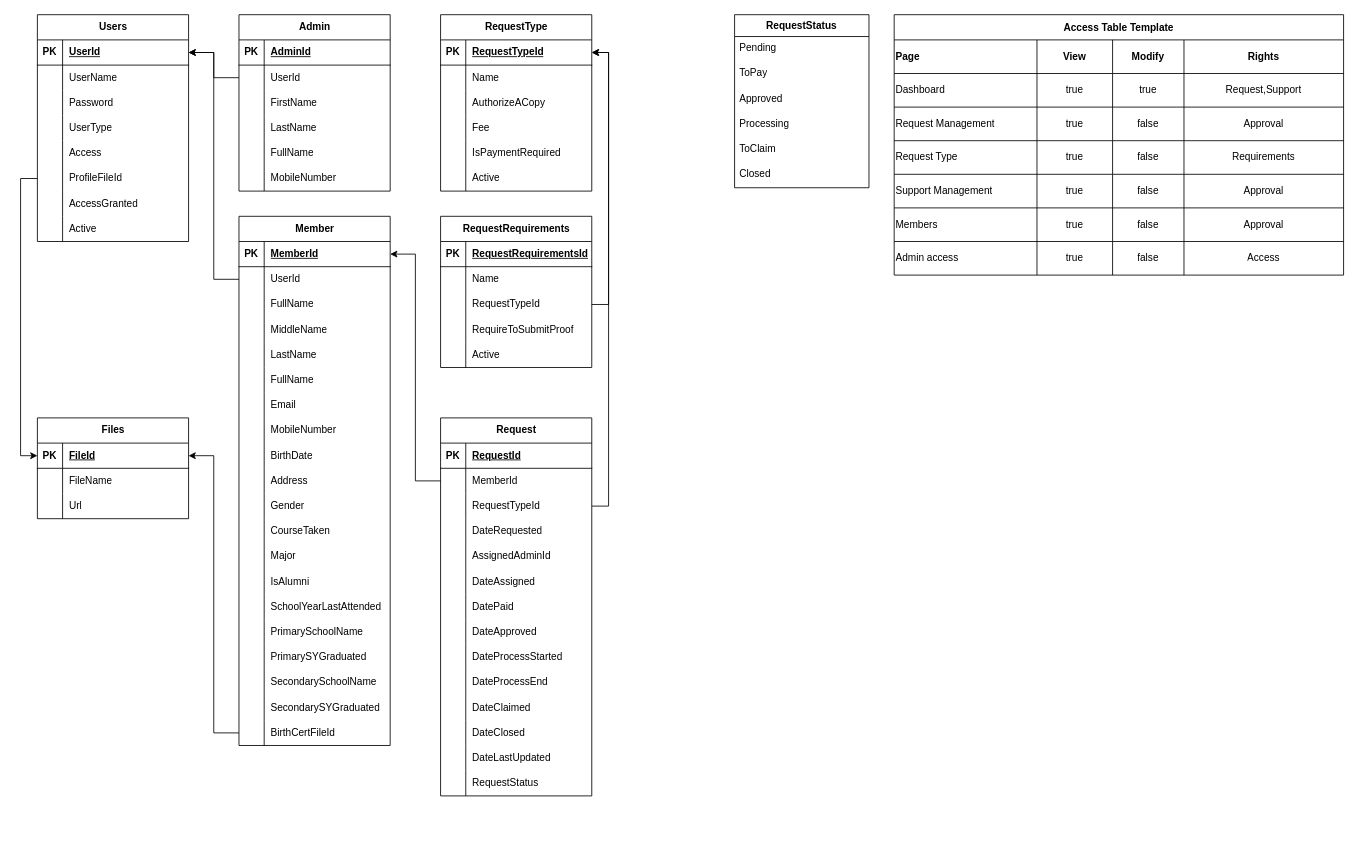
erwin-io/kioskregistrar keeps this draw.io diagram as db/diagram.drawio. Above is the earlier version. Source tidied: cells renumbered, new cells numbered last; positions are measured from the earlier drawing's top-left corner, leaving out a move shared by most shapes. Both pictures are drawn from the tidied source at 84%, with x=0, y=0 at pixel (20, 14).
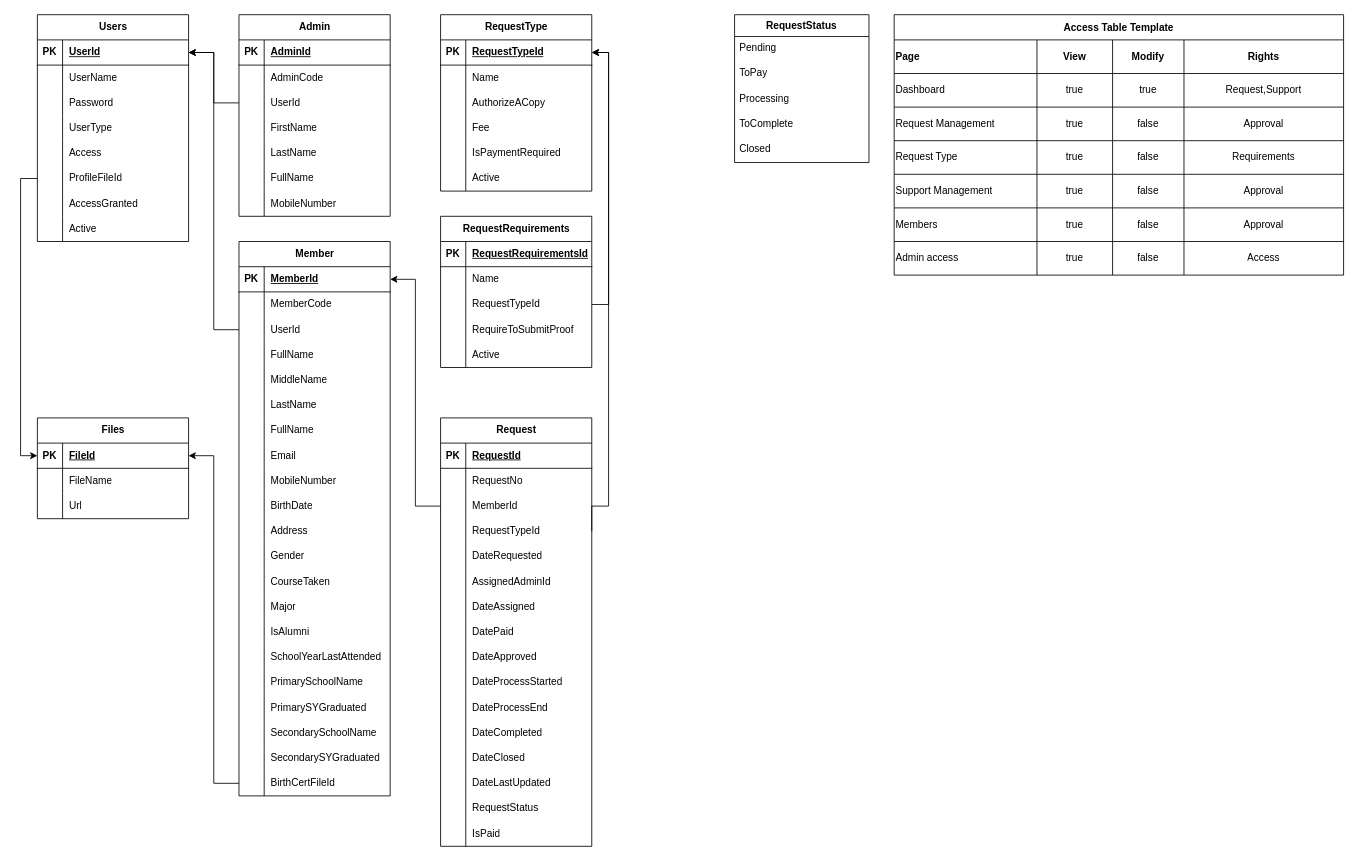
The same page after the edit.

Change to the diagram source:
```diff
@@
     <mxCell id="27" value="Member" style="shape=table;startSize=30;childLayout=tableLayout;rowLines=0;fontStyle=1;align=center;html=1;" parent="1" vertex="1">
-      <mxGeometry x="260" y="240" width="180" height="630" as="geometry" />
+      <mxGeometry x="260" y="270" width="180" height="660" as="geometry" />
     </mxCell>
@@
+    <mxCell id="245" style="shape=tableRow;horizontal=0;startSize=0;swimlaneHead=0;swimlaneBody=0;fillColor=none;top=0;left=0;right=0;bottom=0;" parent="27" vertex="1">
+      <mxGeometry y="60" width="180" height="30" as="geometry" />
+    </mxCell>
+    <mxCell id="246" style="shape=partialRectangle;fillColor=none;top=0;left=0;bottom=0;right=0;overflow=hidden;whiteSpace=wrap;html=1;" parent="245" vertex="1">
+      <mxGeometry width="30" height="30" as="geometry" />
+    </mxCell>
+    <mxCell id="247" value="MemberCode" style="shape=partialRectangle;fillColor=none;top=0;left=0;bottom=0;right=0;align=left;spacingLeft=6;overflow=hidden;whiteSpace=wrap;html=1;" parent="245" vertex="1">
+      <mxGeometry x="30" width="150" height="30" as="geometry" />
+    </mxCell>
     <mxCell id="31" style="shape=tableRow;horizontal=0;startSize=0;swimlaneHead=0;swimlaneBody=0;fillColor=none;points=[[0,0.5],[1,0.5]];portConstraint=eastwest;top=0;left=0;right=0;bottom=0;" parent="27" vertex="1">
-      <mxGeometry y="60" width="180" height="30" as="geometry" />
+      <mxGeometry y="90" width="180" height="30" as="geometry" />
     </mxCell>
@@
     <mxCell id="34" style="shape=tableRow;horizontal=0;startSize=0;swimlaneHead=0;swimlaneBody=0;fillColor=none;top=0;left=0;right=0;bottom=0;" parent="27" vertex="1">
-      <mxGeometry y="90" width="180" height="30" as="geometry" />
+      <mxGeometry y="120" width="180" height="30" as="geometry" />
     </mxCell>
@@
     <mxCell id="37" style="shape=tableRow;horizontal=0;startSize=0;swimlaneHead=0;swimlaneBody=0;fillColor=none;top=0;left=0;right=0;bottom=0;" parent="27" vertex="1">
-      <mxGeometry y="120" width="180" height="30" as="geometry" />
+      <mxGeometry y="150" width="180" height="30" as="geometry" />
     </mxCell>
@@
     <mxCell id="40" style="shape=tableRow;horizontal=0;startSize=0;swimlaneHead=0;swimlaneBody=0;fillColor=none;top=0;left=0;right=0;bottom=0;" parent="27" vertex="1">
-      <mxGeometry y="150" width="180" height="30" as="geometry" />
+      <mxGeometry y="180" width="180" height="30" as="geometry" />
     </mxCell>
@@
     <mxCell id="43" style="shape=tableRow;horizontal=0;startSize=0;swimlaneHead=0;swimlaneBody=0;fillColor=none;top=0;left=0;right=0;bottom=0;" parent="27" vertex="1">
-      <mxGeometry y="180" width="180" height="30" as="geometry" />
+      <mxGeometry y="210" width="180" height="30" as="geometry" />
     </mxCell>
@@
     <mxCell id="46" style="shape=tableRow;horizontal=0;startSize=0;swimlaneHead=0;swimlaneBody=0;fillColor=none;top=0;left=0;right=0;bottom=0;" parent="27" vertex="1">
-      <mxGeometry y="210" width="180" height="30" as="geometry" />
+      <mxGeometry y="240" width="180" height="30" as="geometry" />
     </mxCell>
@@
     <mxCell id="49" style="shape=tableRow;horizontal=0;startSize=0;swimlaneHead=0;swimlaneBody=0;fillColor=none;top=0;left=0;right=0;bottom=0;" parent="27" vertex="1">
-      <mxGeometry y="240" width="180" height="30" as="geometry" />
+      <mxGeometry y="270" width="180" height="30" as="geometry" />
     </mxCell>
@@
     <mxCell id="52" style="shape=tableRow;horizontal=0;startSize=0;swimlaneHead=0;swimlaneBody=0;fillColor=none;top=0;left=0;right=0;bottom=0;" parent="27" vertex="1">
-      <mxGeometry y="270" width="180" height="30" as="geometry" />
+      <mxGeometry y="300" width="180" height="30" as="geometry" />
     </mxCell>
@@
     <mxCell id="55" style="shape=tableRow;horizontal=0;startSize=0;swimlaneHead=0;swimlaneBody=0;fillColor=none;top=0;left=0;right=0;bottom=0;" parent="27" vertex="1">
-      <mxGeometry y="300" width="180" height="30" as="geometry" />
+      <mxGeometry y="330" width="180" height="30" as="geometry" />
     </mxCell>
@@
     <mxCell id="58" style="shape=tableRow;horizontal=0;startSize=0;swimlaneHead=0;swimlaneBody=0;fillColor=none;top=0;left=0;right=0;bottom=0;" parent="27" vertex="1">
-      <mxGeometry y="330" width="180" height="30" as="geometry" />
+      <mxGeometry y="360" width="180" height="30" as="geometry" />
     </mxCell>
@@
     <mxCell id="61" style="shape=tableRow;horizontal=0;startSize=0;swimlaneHead=0;swimlaneBody=0;fillColor=none;top=0;left=0;right=0;bottom=0;" parent="27" vertex="1">
-      <mxGeometry y="360" width="180" height="30" as="geometry" />
+      <mxGeometry y="390" width="180" height="30" as="geometry" />
     </mxCell>
@@
     <mxCell id="64" style="shape=tableRow;horizontal=0;startSize=0;swimlaneHead=0;swimlaneBody=0;fillColor=none;top=0;left=0;right=0;bottom=0;" parent="27" vertex="1">
-      <mxGeometry y="390" width="180" height="30" as="geometry" />
+      <mxGeometry y="420" width="180" height="30" as="geometry" />
     </mxCell>
@@
     <mxCell id="67" style="shape=tableRow;horizontal=0;startSize=0;swimlaneHead=0;swimlaneBody=0;fillColor=none;top=0;left=0;right=0;bottom=0;" parent="27" vertex="1">
-      <mxGeometry y="420" width="180" height="30" as="geometry" />
+      <mxGeometry y="450" width="180" height="30" as="geometry" />
     </mxCell>
@@
     <mxCell id="70" style="shape=tableRow;horizontal=0;startSize=0;swimlaneHead=0;swimlaneBody=0;fillColor=none;top=0;left=0;right=0;bottom=0;" parent="27" vertex="1">
-      <mxGeometry y="450" width="180" height="30" as="geometry" />
+      <mxGeometry y="480" width="180" height="30" as="geometry" />
     </mxCell>
@@
     <mxCell id="73" style="shape=tableRow;horizontal=0;startSize=0;swimlaneHead=0;swimlaneBody=0;fillColor=none;top=0;left=0;right=0;bottom=0;" parent="27" vertex="1">
-      <mxGeometry y="480" width="180" height="30" as="geometry" />
+      <mxGeometry y="510" width="180" height="30" as="geometry" />
     </mxCell>
@@
     <mxCell id="76" style="shape=tableRow;horizontal=0;startSize=0;swimlaneHead=0;swimlaneBody=0;fillColor=none;top=0;left=0;right=0;bottom=0;" parent="27" vertex="1">
-      <mxGeometry y="510" width="180" height="30" as="geometry" />
+      <mxGeometry y="540" width="180" height="30" as="geometry" />
     </mxCell>
@@
     <mxCell id="79" style="shape=tableRow;horizontal=0;startSize=0;swimlaneHead=0;swimlaneBody=0;fillColor=none;top=0;left=0;right=0;bottom=0;" parent="27" vertex="1">
-      <mxGeometry y="540" width="180" height="30" as="geometry" />
+      <mxGeometry y="570" width="180" height="30" as="geometry" />
     </mxCell>
@@
     <mxCell id="82" style="shape=tableRow;horizontal=0;startSize=0;swimlaneHead=0;swimlaneBody=0;fillColor=none;top=0;left=0;right=0;bottom=0;" parent="27" vertex="1">
-      <mxGeometry y="570" width="180" height="30" as="geometry" />
+      <mxGeometry y="600" width="180" height="30" as="geometry" />
     </mxCell>
@@
     <mxCell id="85" style="shape=tableRow;horizontal=0;startSize=0;swimlaneHead=0;swimlaneBody=0;fillColor=none;points=[[0,0.5],[1,0.5]];portConstraint=eastwest;top=0;left=0;right=0;bottom=0;" parent="27" vertex="1">
-      <mxGeometry y="600" width="180" height="30" as="geometry" />
+      <mxGeometry y="630" width="180" height="30" as="geometry" />
     </mxCell>
@@
     <mxCell id="88" value="Admin" style="shape=table;startSize=30;childLayout=tableLayout;rowLines=0;fontStyle=1;align=center;html=1;" parent="1" vertex="1">
-      <mxGeometry x="260" width="180" height="210" as="geometry" />
+      <mxGeometry x="260" width="180" height="240" as="geometry" />
     </mxCell>
@@
+    <mxCell id="248" style="shape=tableRow;horizontal=0;startSize=0;swimlaneHead=0;swimlaneBody=0;fillColor=none;top=0;left=0;right=0;bottom=0;" parent="88" vertex="1">
+      <mxGeometry y="60" width="180" height="30" as="geometry" />
+    </mxCell>
+    <mxCell id="249" style="shape=partialRectangle;fillColor=none;top=0;left=0;bottom=0;right=0;overflow=hidden;whiteSpace=wrap;html=1;" parent="248" vertex="1">
+      <mxGeometry width="30" height="30" as="geometry" />
+    </mxCell>
+    <mxCell id="250" value="AdminCode" style="shape=partialRectangle;fillColor=none;top=0;left=0;bottom=0;right=0;align=left;spacingLeft=6;overflow=hidden;whiteSpace=wrap;html=1;" parent="248" vertex="1">
+      <mxGeometry x="30" width="150" height="30" as="geometry" />
+    </mxCell>
     <mxCell id="92" style="shape=tableRow;horizontal=0;startSize=0;swimlaneHead=0;swimlaneBody=0;fillColor=none;points=[[0,0.5],[1,0.5]];portConstraint=eastwest;top=0;left=0;right=0;bottom=0;" parent="88" vertex="1">
-      <mxGeometry y="60" width="180" height="30" as="geometry" />
+      <mxGeometry y="90" width="180" height="30" as="geometry" />
     </mxCell>
@@
     <mxCell id="95" style="shape=tableRow;horizontal=0;startSize=0;swimlaneHead=0;swimlaneBody=0;fillColor=none;top=0;left=0;right=0;bottom=0;" parent="88" vertex="1">
-      <mxGeometry y="90" width="180" height="30" as="geometry" />
+      <mxGeometry y="120" width="180" height="30" as="geometry" />
     </mxCell>
@@
     <mxCell id="98" style="shape=tableRow;horizontal=0;startSize=0;swimlaneHead=0;swimlaneBody=0;fillColor=none;top=0;left=0;right=0;bottom=0;" parent="88" vertex="1">
-      <mxGeometry y="120" width="180" height="30" as="geometry" />
+      <mxGeometry y="150" width="180" height="30" as="geometry" />
     </mxCell>
@@
     <mxCell id="101" style="shape=tableRow;horizontal=0;startSize=0;swimlaneHead=0;swimlaneBody=0;fillColor=none;top=0;left=0;right=0;bottom=0;" parent="88" vertex="1">
-      <mxGeometry y="150" width="180" height="30" as="geometry" />
+      <mxGeometry y="180" width="180" height="30" as="geometry" />
     </mxCell>
@@
     <mxCell id="104" style="shape=tableRow;horizontal=0;startSize=0;swimlaneHead=0;swimlaneBody=0;fillColor=none;top=0;left=0;right=0;bottom=0;" parent="88" vertex="1">
-      <mxGeometry y="180" width="180" height="30" as="geometry" />
+      <mxGeometry y="210" width="180" height="30" as="geometry" />
     </mxCell>
@@
     <mxCell id="156" value="Request" style="shape=table;startSize=30;childLayout=tableLayout;rowLines=0;fontStyle=1;align=center;html=1;" parent="1" vertex="1">
-      <mxGeometry x="500" y="480" width="180" height="450" as="geometry" />
+      <mxGeometry x="500" y="480" width="180" height="510" as="geometry" />
     </mxCell>
@@
+    <mxCell id="251" style="shape=tableRow;horizontal=0;startSize=0;swimlaneHead=0;swimlaneBody=0;fillColor=none;top=0;left=0;right=0;bottom=0;" parent="156" vertex="1">
+      <mxGeometry y="60" width="180" height="30" as="geometry" />
+    </mxCell>
+    <mxCell id="252" style="shape=partialRectangle;fillColor=none;top=0;left=0;bottom=0;right=0;overflow=hidden;whiteSpace=wrap;html=1;" parent="251" vertex="1">
+      <mxGeometry width="30" height="30" as="geometry" />
+    </mxCell>
+    <mxCell id="253" value="RequestNo" style="shape=partialRectangle;fillColor=none;top=0;left=0;bottom=0;right=0;align=left;spacingLeft=6;overflow=hidden;whiteSpace=wrap;html=1;" parent="251" vertex="1">
+      <mxGeometry x="30" width="150" height="30" as="geometry" />
+    </mxCell>
     <mxCell id="160" style="shape=tableRow;horizontal=0;startSize=0;swimlaneHead=0;swimlaneBody=0;fillColor=none;points=[[0,0.5],[1,0.5]];portConstraint=eastwest;top=0;left=0;right=0;bottom=0;" parent="156" vertex="1">
-      <mxGeometry y="60" width="180" height="30" as="geometry" />
+      <mxGeometry y="90" width="180" height="30" as="geometry" />
     </mxCell>
@@
     <mxCell id="163" style="shape=tableRow;horizontal=0;startSize=0;swimlaneHead=0;swimlaneBody=0;fillColor=none;points=[[0,0.5],[1,0.5]];portConstraint=eastwest;top=0;left=0;right=0;bottom=0;" parent="156" vertex="1">
-      <mxGeometry y="90" width="180" height="30" as="geometry" />
+      <mxGeometry y="120" width="180" height="30" as="geometry" />
     </mxCell>
@@
     <mxCell id="166" style="shape=tableRow;horizontal=0;startSize=0;swimlaneHead=0;swimlaneBody=0;fillColor=none;top=0;left=0;right=0;bottom=0;" parent="156" vertex="1">
-      <mxGeometry y="120" width="180" height="30" as="geometry" />
+      <mxGeometry y="150" width="180" height="30" as="geometry" />
     </mxCell>
@@
     <mxCell id="169" style="shape=tableRow;horizontal=0;startSize=0;swimlaneHead=0;swimlaneBody=0;fillColor=none;top=0;left=0;right=0;bottom=0;" parent="156" vertex="1">
-      <mxGeometry y="150" width="180" height="30" as="geometry" />
+      <mxGeometry y="180" width="180" height="30" as="geometry" />
     </mxCell>
@@
     <mxCell id="172" style="shape=tableRow;horizontal=0;startSize=0;swimlaneHead=0;swimlaneBody=0;fillColor=none;top=0;left=0;right=0;bottom=0;" parent="156" vertex="1">
-      <mxGeometry y="180" width="180" height="30" as="geometry" />
+      <mxGeometry y="210" width="180" height="30" as="geometry" />
     </mxCell>
@@
     <mxCell id="175" style="shape=tableRow;horizontal=0;startSize=0;swimlaneHead=0;swimlaneBody=0;fillColor=none;top=0;left=0;right=0;bottom=0;" parent="156" vertex="1">
-      <mxGeometry y="210" width="180" height="30" as="geometry" />
+      <mxGeometry y="240" width="180" height="30" as="geometry" />
     </mxCell>
@@
     <mxCell id="178" style="shape=tableRow;horizontal=0;startSize=0;swimlaneHead=0;swimlaneBody=0;fillColor=none;top=0;left=0;right=0;bottom=0;" parent="156" vertex="1">
-      <mxGeometry y="240" width="180" height="30" as="geometry" />
+      <mxGeometry y="270" width="180" height="30" as="geometry" />
     </mxCell>
@@
     <mxCell id="181" style="shape=tableRow;horizontal=0;startSize=0;swimlaneHead=0;swimlaneBody=0;fillColor=none;top=0;left=0;right=0;bottom=0;" parent="156" vertex="1">
-      <mxGeometry y="270" width="180" height="30" as="geometry" />
+      <mxGeometry y="300" width="180" height="30" as="geometry" />
     </mxCell>
@@
     <mxCell id="184" style="shape=tableRow;horizontal=0;startSize=0;swimlaneHead=0;swimlaneBody=0;fillColor=none;top=0;left=0;right=0;bottom=0;" parent="156" vertex="1">
-      <mxGeometry y="300" width="180" height="30" as="geometry" />
+      <mxGeometry y="330" width="180" height="30" as="geometry" />
     </mxCell>
@@
     <mxCell id="187" style="shape=tableRow;horizontal=0;startSize=0;swimlaneHead=0;swimlaneBody=0;fillColor=none;top=0;left=0;right=0;bottom=0;" parent="156" vertex="1">
-      <mxGeometry y="330" width="180" height="30" as="geometry" />
+      <mxGeometry y="360" width="180" height="30" as="geometry" />
     </mxCell>
@@
-    <mxCell id="189" value="DateClaimed" style="shape=partialRectangle;fillColor=none;top=0;left=0;bottom=0;right=0;align=left;spacingLeft=6;overflow=hidden;whiteSpace=wrap;html=1;" parent="187" vertex="1">
+    <mxCell id="189" value="DateCompleted" style="shape=partialRectangle;fillColor=none;top=0;left=0;bottom=0;right=0;align=left;spacingLeft=6;overflow=hidden;whiteSpace=wrap;html=1;" parent="187" vertex="1">
       <mxGeometry x="30" width="150" height="30" as="geometry" />
     </mxCell>
     <mxCell id="190" style="shape=tableRow;horizontal=0;startSize=0;swimlaneHead=0;swimlaneBody=0;fillColor=none;top=0;left=0;right=0;bottom=0;" parent="156" vertex="1">
-      <mxGeometry y="360" width="180" height="30" as="geometry" />
+      <mxGeometry y="390" width="180" height="30" as="geometry" />
     </mxCell>
@@
     <mxCell id="193" style="shape=tableRow;horizontal=0;startSize=0;swimlaneHead=0;swimlaneBody=0;fillColor=none;top=0;left=0;right=0;bottom=0;" parent="156" vertex="1">
-      <mxGeometry y="390" width="180" height="30" as="geometry" />
+      <mxGeometry y="420" width="180" height="30" as="geometry" />
     </mxCell>
@@
     <mxCell id="196" style="shape=tableRow;horizontal=0;startSize=0;swimlaneHead=0;swimlaneBody=0;fillColor=none;top=0;left=0;right=0;bottom=0;" parent="156" vertex="1">
-      <mxGeometry y="420" width="180" height="30" as="geometry" />
+      <mxGeometry y="450" width="180" height="30" as="geometry" />
     </mxCell>
@@
+    <mxCell id="254" style="shape=tableRow;horizontal=0;startSize=0;swimlaneHead=0;swimlaneBody=0;fillColor=none;top=0;left=0;right=0;bottom=0;" parent="156" vertex="1">
+      <mxGeometry y="480" width="180" height="30" as="geometry" />
+    </mxCell>
+    <mxCell id="255" style="shape=partialRectangle;fillColor=none;top=0;left=0;bottom=0;right=0;overflow=hidden;whiteSpace=wrap;html=1;" parent="254" vertex="1">
+      <mxGeometry width="30" height="30" as="geometry" />
+    </mxCell>
+    <mxCell id="256" value="IsPaid" style="shape=partialRectangle;fillColor=none;top=0;left=0;bottom=0;right=0;align=left;spacingLeft=6;overflow=hidden;whiteSpace=wrap;html=1;" parent="254" vertex="1">
+      <mxGeometry x="30" width="150" height="30" as="geometry" />
+    </mxCell>
@@
     <mxCell id="200" value="RequestStatus" style="swimlane;fontStyle=1;horizontal=1;startSize=26;align=center;fontSize=12;" parent="1" vertex="1">
-      <mxGeometry x="850" width="160" height="206" as="geometry" />
+      <mxGeometry x="850" width="160" height="176" as="geometry" />
     </mxCell>
@@
-    <mxCell id="203" value="Approved" style="text;strokeColor=none;fillColor=none;spacingLeft=4;spacingRight=4;overflow=hidden;fontSize=12;whiteSpace=wrap;html=1;" parent="200" vertex="1">
-      <mxGeometry y="86" width="160" height="30" as="geometry" />
-    </mxCell>
     <mxCell id="204" value="Processing" style="text;strokeColor=none;fillColor=none;spacingLeft=4;spacingRight=4;overflow=hidden;fontSize=12;whiteSpace=wrap;html=1;" parent="200" vertex="1">
-      <mxGeometry y="116" width="160" height="30" as="geometry" />
+      <mxGeometry y="86" width="160" height="30" as="geometry" />
     </mxCell>
-    <mxCell id="205" value="ToClaim" style="text;strokeColor=none;fillColor=none;spacingLeft=4;spacingRight=4;overflow=hidden;fontSize=12;whiteSpace=wrap;html=1;" parent="200" vertex="1">
-      <mxGeometry y="146" width="160" height="30" as="geometry" />
+    <mxCell id="205" value="ToComplete" style="text;strokeColor=none;fillColor=none;spacingLeft=4;spacingRight=4;overflow=hidden;fontSize=12;whiteSpace=wrap;html=1;" parent="200" vertex="1">
+      <mxGeometry y="116" width="160" height="30" as="geometry" />
     </mxCell>
     <mxCell id="206" value="Closed" style="text;strokeColor=none;fillColor=none;spacingLeft=4;spacingRight=4;overflow=hidden;fontSize=12;whiteSpace=wrap;html=1;" parent="200" vertex="1">
-      <mxGeometry y="176" width="160" height="30" as="geometry" />
+      <mxGeometry y="146" width="160" height="30" as="geometry" />
     </mxCell>
```
